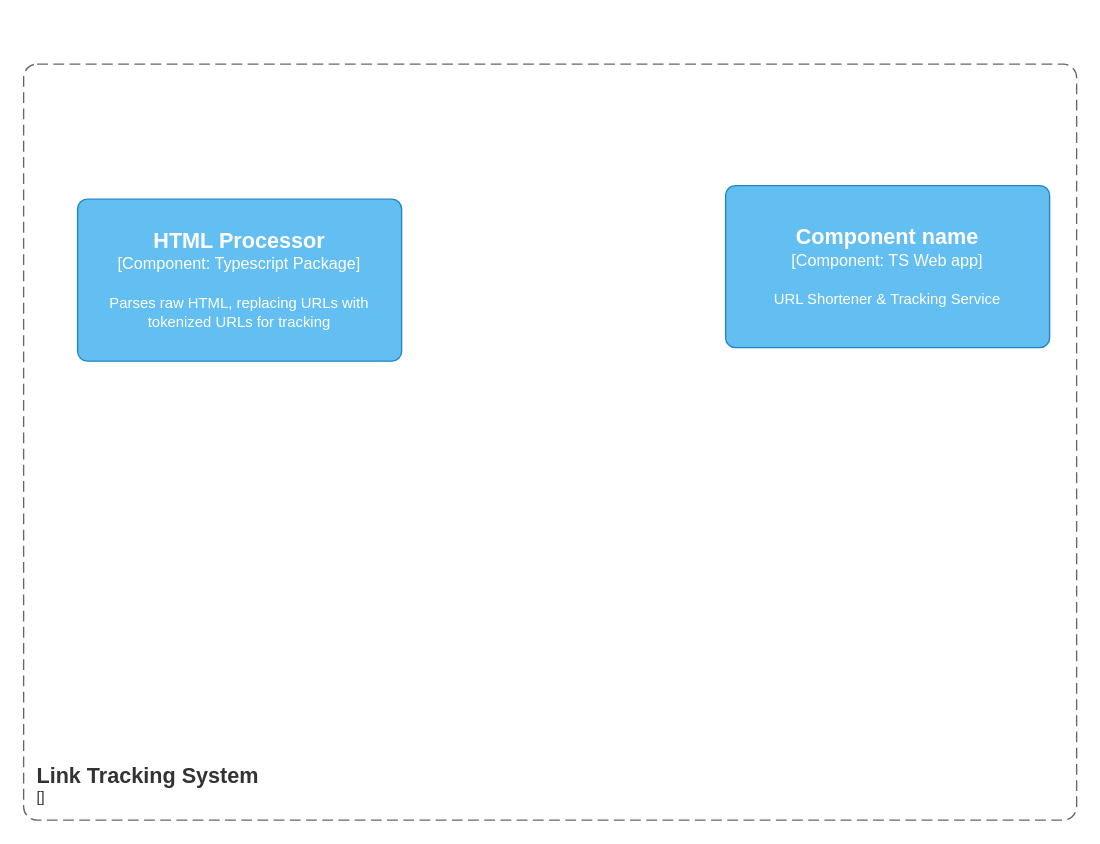
This is Documentation/Primis Architecture Diagram.drawio from MeepusDerpus/Primis-link-shortener, a draw.io file, before an edit. Source tidied: cells renumbered, new cells numbered last; positions are measured from the earlier drawing's top-left corner, leaving out a move shared by most shapes. Both pictures are drawn from the tidied source at 135%, with x=0, y=0 at pixel (23, 63).
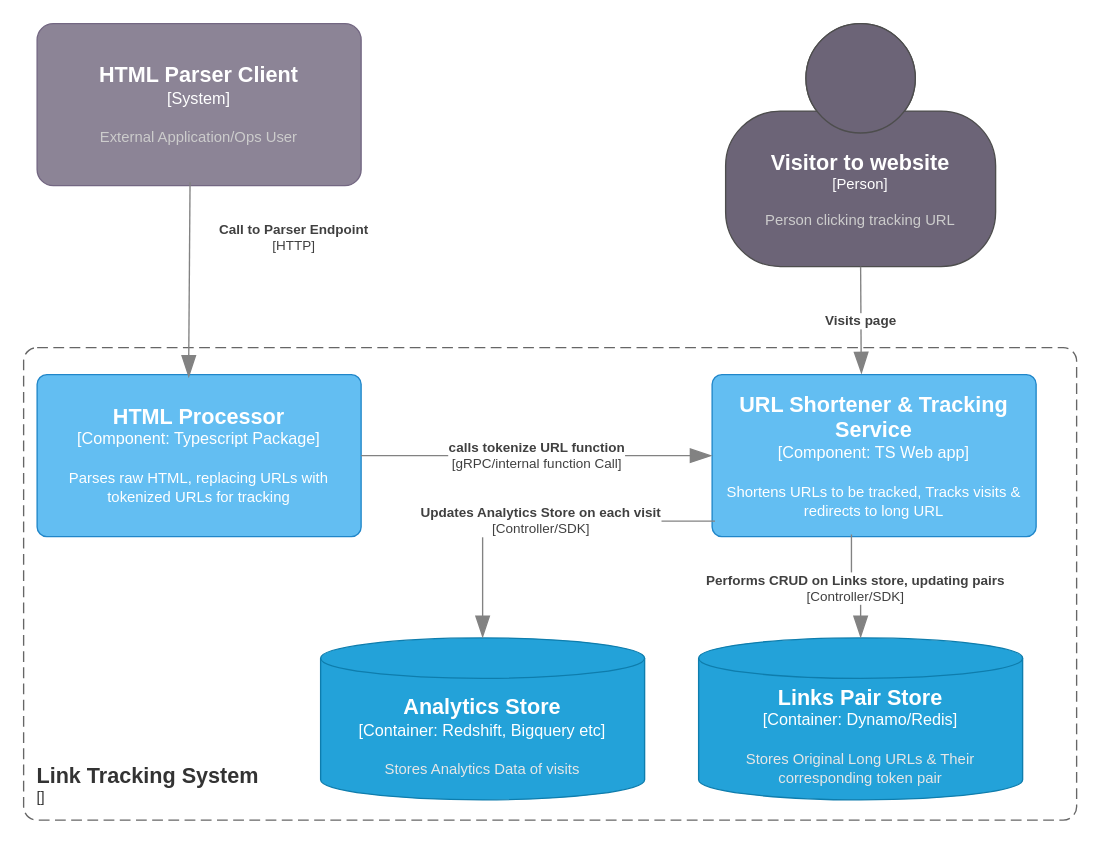
The same page after the edit.

Commit message (it also covers changes not shown here):
Added architecture diagram

The edit, as a diff of the source:
```diff
@@
     <object id="2" label="&lt;font style=&quot;font-size: 16px&quot;&gt;&lt;b&gt;&lt;div style=&quot;text-align: left&quot;&gt;%c4Name%&lt;/div&gt;&lt;/b&gt;&lt;/font&gt;&lt;div style=&quot;text-align: left&quot;&gt;[%c4Application%]&lt;/div&gt;" c4Application="" c4Name="Link Tracking System" placeholders="1">
       <mxCell style="rounded=1;fontSize=11;whiteSpace=wrap;html=1;dashed=1;arcSize=20;fillColor=none;strokeColor=#666666;fontColor=#333333;labelBackgroundColor=none;align=left;verticalAlign=bottom;labelBorderColor=none;spacingTop=0;spacing=10;dashPattern=8 4;perimeter=rectanglePerimeter;noLabel=0;labelPadding=0;absoluteArcSize=1;" parent="1" vertex="1">
-        <mxGeometry width="780" height="560" as="geometry" />
+        <mxGeometry y="210" width="780" height="350" as="geometry" />
       </mxCell>
     </object>
     <object id="3" label="&lt;font style=&quot;font-size: 16px&quot;&gt;&lt;b&gt;%c4Name%&lt;/b&gt;&lt;/font&gt;&lt;div&gt;[%c4Type%: %c4Technology%]&lt;/div&gt;&lt;br&gt;&lt;div&gt;&lt;font style=&quot;font-size: 11px&quot;&gt;%c4Description%&lt;/font&gt;&lt;/div&gt;" c4Description="Parses raw HTML, replacing URLs with tokenized URLs for tracking" c4Name="HTML Processor" c4Technology="Typescript Package" c4Type="Component" placeholders="1">
       <mxCell style="rounded=1;whiteSpace=wrap;html=1;labelBackgroundColor=none;fillColor=#63BEF2;fontColor=#ffffff;align=center;arcSize=6;strokeColor=#2086C9;points=[[0.25,0,0],[0.5,0,0],[0.75,0,0],[1,0.25,0],[1,0.5,0],[1,0.75,0],[0.75,1,0],[0.5,1,0],[0.25,1,0],[0,0.75,0],[0,0.5,0],[0,0.25,0]];" parent="1" vertex="1">
-        <mxGeometry x="40" y="100" width="240" height="120" as="geometry" />
+        <mxGeometry x="10" y="230" width="240" height="120" as="geometry" />
       </mxCell>
     </object>
-    <object id="4" label="&lt;font style=&quot;font-size: 16px&quot;&gt;&lt;b&gt;%c4Name%&lt;/b&gt;&lt;/font&gt;&lt;div&gt;[%c4Type%: %c4Technology%]&lt;/div&gt;&lt;br&gt;&lt;div&gt;&lt;font style=&quot;font-size: 11px&quot;&gt;%c4Description%&lt;/font&gt;&lt;/div&gt;" c4Description="URL Shortener &amp; Tracking Service" c4Name="Component name" c4Technology="TS Web app" c4Type="Component" placeholders="1">
+    <object id="4" label="&lt;font style=&quot;font-size: 16px&quot;&gt;&lt;b&gt;%c4Name%&lt;/b&gt;&lt;/font&gt;&lt;div&gt;[%c4Type%: %c4Technology%]&lt;/div&gt;&lt;br&gt;&lt;div&gt;&lt;font style=&quot;font-size: 11px&quot;&gt;%c4Description%&lt;/font&gt;&lt;/div&gt;" c4Description="Shortens URLs to be tracked, Tracks visits &amp; redirects to long URL" c4Name="URL Shortener &amp; Tracking Service" c4Technology="TS Web app" c4Type="Component" placeholders="1">
       <mxCell style="rounded=1;whiteSpace=wrap;html=1;labelBackgroundColor=none;fillColor=#63BEF2;fontColor=#ffffff;align=center;arcSize=6;strokeColor=#2086C9;points=[[0.25,0,0],[0.5,0,0],[0.75,0,0],[1,0.25,0],[1,0.5,0],[1,0.75,0],[0.75,1,0],[0.5,1,0],[0.25,1,0],[0,0.75,0],[0,0.5,0],[0,0.25,0]];" parent="1" vertex="1">
-        <mxGeometry x="520" y="90" width="240" height="120" as="geometry" />
+        <mxGeometry x="510" y="230" width="240" height="120" as="geometry" />
       </mxCell>
     </object>
+    <object id="5" label="&lt;font style=&quot;font-size: 16px&quot;&gt;&lt;b&gt;%c4Name%&lt;/b&gt;&lt;/font&gt;&lt;div&gt;[%c4Type%]&lt;/div&gt;&lt;br&gt;&lt;div&gt;&lt;font style=&quot;font-size: 11px&quot;&gt;&lt;font color=&quot;#cccccc&quot;&gt;%c4Description%&lt;/font&gt;&lt;/div&gt;" c4Description="External Application/Ops User" c4Name="HTML Parser Client" c4Type="System" placeholders="1">
+      <mxCell style="rounded=1;whiteSpace=wrap;html=1;labelBackgroundColor=none;fillColor=#8C8496;fontColor=#ffffff;align=center;arcSize=10;strokeColor=#736782;points=[[0.25,0,0],[0.5,0,0],[0.75,0,0],[1,0.25,0],[1,0.5,0],[1,0.75,0],[0.75,1,0],[0.5,1,0],[0.25,1,0],[0,0.75,0],[0,0.5,0],[0,0.25,0]];" parent="1" vertex="1">
+        <mxGeometry x="10" y="-30" width="240" height="120" as="geometry" />
+      </mxCell>
+    </object>
+    <object id="6" label="&lt;div style=&quot;text-align: left&quot;&gt;&lt;div style=&quot;text-align: center&quot;&gt;&lt;b&gt;%c4Description%&lt;/b&gt;&lt;/div&gt;&lt;div style=&quot;text-align: center&quot;&gt;[%c4Technology%]&lt;/div&gt;&lt;/div&gt;" c4Description="Call to Parser Endpoint" c4Technology="HTTP" placeholders="1">
+      <mxCell style="endArrow=blockThin;html=1;fontSize=10;fontColor=#404040;strokeWidth=1;endFill=1;strokeColor=#828282;elbow=vertical;endSize=14;startSize=14;jumpStyle=arc;jumpSize=16;rounded=0;edgeStyle=orthogonalEdgeStyle;exitX=0.472;exitY=0.979;exitDx=0;exitDy=0;exitPerimeter=0;entryX=0.468;entryY=0.018;entryDx=0;entryDy=0;entryPerimeter=0;" parent="1" edge="1" source="5" target="3">
+        <mxGeometry x="-0.44" y="77" relative="1" as="geometry" />
+      </mxCell>
+    </object>
+    <object id="7" label="&lt;div style=&quot;text-align: left&quot;&gt;&lt;div style=&quot;text-align: center&quot;&gt;&lt;b&gt;%c4Description%&lt;/b&gt;&lt;/div&gt;&lt;div style=&quot;text-align: center&quot;&gt;[%c4Technology%]&lt;/div&gt;&lt;/div&gt;" c4Description="calls tokenize URL function" c4Technology="gRPC/internal function Call" placeholders="1">
+      <mxCell style="endArrow=blockThin;html=1;fontSize=10;fontColor=#404040;strokeWidth=1;endFill=1;strokeColor=#828282;elbow=vertical;endSize=14;startSize=14;jumpStyle=arc;jumpSize=16;rounded=0;edgeStyle=orthogonalEdgeStyle;entryX=0;entryY=0.5;entryDx=0;entryDy=0;entryPerimeter=0;exitX=1;exitY=0.5;exitDx=0;exitDy=0;exitPerimeter=0;" parent="1" edge="1" source="3" target="4">
+        <mxGeometry relative="1" as="geometry" />
+      </mxCell>
+    </object>
+    <object id="8" label="&lt;font style=&quot;font-size: 16px&quot;&gt;&lt;b&gt;%c4Name%&lt;/b&gt;&lt;/font&gt;&lt;div&gt;[%c4Type%:&amp;nbsp;%c4Technology%]&lt;/div&gt;&lt;br&gt;&lt;div&gt;&lt;font style=&quot;font-size: 11px&quot;&gt;&lt;font color=&quot;#E6E6E6&quot;&gt;%c4Description%&lt;/font&gt;&lt;/div&gt;" c4Description="Stores Original Long URLs &amp; Their corresponding token pair" c4Name="Links Pair Store" c4Technology="Dynamo/Redis" c4Type="Container" placeholders="1">
+      <mxCell style="shape=cylinder3;size=15;whiteSpace=wrap;html=1;boundedLbl=1;rounded=0;labelBackgroundColor=none;fillColor=#23A2D9;fontSize=12;fontColor=#ffffff;align=center;strokeColor=#0E7DAD;points=[[0.5,0,0],[1,0.25,0],[1,0.5,0],[1,0.75,0],[0.5,1,0],[0,0.75,0],[0,0.5,0],[0,0.25,0]];" parent="1" vertex="1">
+        <mxGeometry x="500" y="425" width="240" height="120" as="geometry" />
+      </mxCell>
+    </object>
+    <object id="9" label="&lt;font style=&quot;font-size: 16px&quot;&gt;&lt;b&gt;%c4Name%&lt;/b&gt;&lt;/font&gt;&lt;div&gt;[%c4Type%:&amp;nbsp;%c4Technology%]&lt;/div&gt;&lt;br&gt;&lt;div&gt;&lt;font style=&quot;font-size: 11px&quot;&gt;&lt;font color=&quot;#E6E6E6&quot;&gt;%c4Description%&lt;/font&gt;&lt;/div&gt;" c4Description="Stores Analytics Data of visits" c4Name="Analytics Store" c4Technology="Redshift, Bigquery etc" c4Type="Container" placeholders="1">
+      <mxCell style="shape=cylinder3;size=15;whiteSpace=wrap;html=1;boundedLbl=1;rounded=0;labelBackgroundColor=none;fillColor=#23A2D9;fontSize=12;fontColor=#ffffff;align=center;strokeColor=#0E7DAD;points=[[0.5,0,0],[1,0.25,0],[1,0.5,0],[1,0.75,0],[0.5,1,0],[0,0.75,0],[0,0.5,0],[0,0.25,0]];" parent="1" vertex="1">
+        <mxGeometry x="220" y="425" width="240" height="120" as="geometry" />
+      </mxCell>
+    </object>
+    <object id="10" label="&lt;font style=&quot;font-size: 16px&quot;&gt;&lt;b&gt;%c4Name%&lt;/b&gt;&lt;/font&gt;&lt;div&gt;[%c4Type%]&lt;/div&gt;&lt;br&gt;&lt;div&gt;&lt;font style=&quot;font-size: 11px&quot;&gt;&lt;font color=&quot;#cccccc&quot;&gt;%c4Description%&lt;/font&gt;&lt;/div&gt;" c4Description="Person clicking tracking URL " c4Name="Visitor to website" c4Type="Person" placeholders="1">
+      <mxCell style="html=1;fontSize=11;dashed=0;whiteSpace=wrap;fillColor=#6C6477;strokeColor=#4D4D4D;fontColor=#ffffff;shape=mxgraph.c4.person2;align=center;points=[[0.5,0,0],[1,0.5,0],[1,0.75,0],[0.75,1,0],[0.5,1,0],[0.25,1,0],[0,0.75,0],[0,0.5,0]];" parent="1" vertex="1">
+        <mxGeometry x="520" y="-30" width="200" height="180" as="geometry" />
+      </mxCell>
+    </object>
+    <object id="11" label="&lt;div style=&quot;text-align: left&quot;&gt;&lt;div style=&quot;text-align: center&quot;&gt;&lt;b&gt;%c4Description%&lt;/b&gt;&lt;/div&gt;" c4Description="Visits page" placeholders="1">
+      <mxCell style="endArrow=blockThin;html=1;fontSize=10;fontColor=#404040;strokeWidth=1;endFill=1;strokeColor=#828282;elbow=vertical;endSize=14;startSize=14;jumpStyle=arc;jumpSize=16;rounded=0;edgeStyle=orthogonalEdgeStyle;exitX=0.5;exitY=1;exitDx=0;exitDy=0;exitPerimeter=0;entryX=0.461;entryY=-0.004;entryDx=0;entryDy=0;entryPerimeter=0;" parent="1" edge="1" source="10" target="4">
+        <mxGeometry relative="1" as="geometry" />
+      </mxCell>
+    </object>
+    <object id="12" label="&lt;div style=&quot;text-align: left&quot;&gt;&lt;div style=&quot;text-align: center&quot;&gt;&lt;b&gt;%c4Description%&lt;/b&gt;&lt;/div&gt;&lt;div style=&quot;text-align: center&quot;&gt;[%c4Technology%]&lt;/div&gt;&lt;/div&gt;" c4Description="Performs CRUD on Links store, updating pairs" c4Technology="Controller/SDK" placeholders="1">
+      <mxCell style="endArrow=blockThin;html=1;fontSize=10;fontColor=#404040;strokeWidth=1;endFill=1;strokeColor=#828282;elbow=vertical;endSize=14;startSize=14;jumpStyle=arc;jumpSize=16;rounded=0;edgeStyle=orthogonalEdgeStyle;exitX=0.43;exitY=0.987;exitDx=0;exitDy=0;exitPerimeter=0;" parent="1" edge="1" source="4" target="8">
+        <mxGeometry relative="1" as="geometry" />
+      </mxCell>
+    </object>
+    <object id="13" label="&lt;div style=&quot;text-align: left&quot;&gt;&lt;div style=&quot;text-align: center&quot;&gt;&lt;b&gt;%c4Description%&lt;/b&gt;&lt;/div&gt;&lt;div style=&quot;text-align: center&quot;&gt;[%c4Technology%]&lt;/div&gt;&lt;/div&gt;" c4Description="Updates Analytics Store on each visit" c4Technology="Controller/SDK" placeholders="1">
+      <mxCell style="endArrow=blockThin;html=1;fontSize=10;fontColor=#404040;strokeWidth=1;endFill=1;strokeColor=#828282;elbow=vertical;endSize=14;startSize=14;jumpStyle=arc;jumpSize=16;rounded=0;edgeStyle=orthogonalEdgeStyle;entryX=0.5;entryY=0;entryDx=0;entryDy=0;entryPerimeter=0;exitX=0.009;exitY=0.904;exitDx=0;exitDy=0;exitPerimeter=0;" parent="1" edge="1" source="4" target="9">
+        <mxGeometry relative="1" as="geometry" />
+      </mxCell>
+    </object>
```
